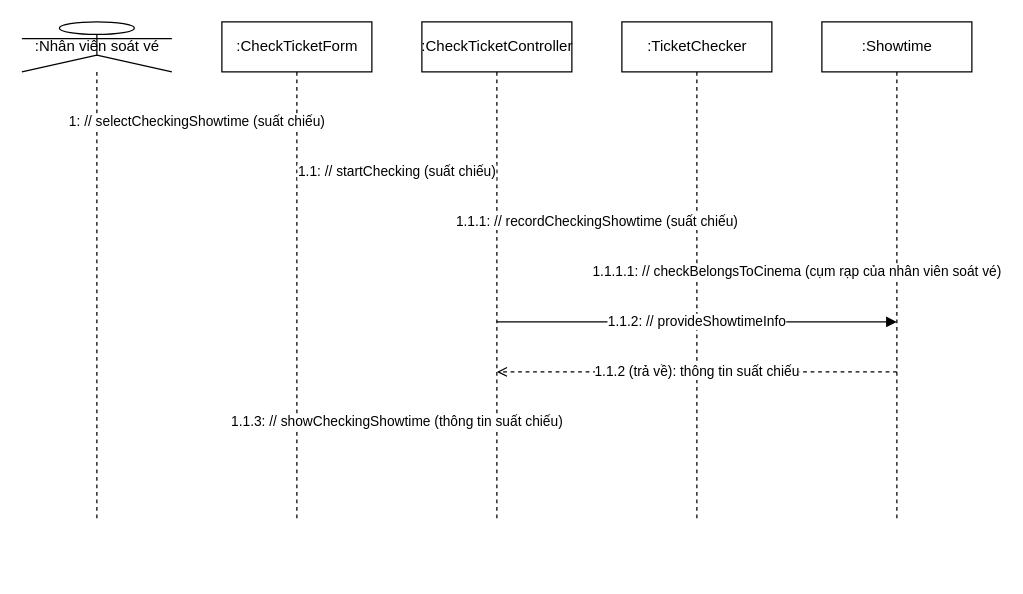
Before: page "SD1a - Luồng chính bước 1 đến 2" (1 of 2) of design/diagrams/P07-sequence-UC-009.drawio in luytbq/app-dat-ve-xem-phim, a draw.io diagram. Source tidied: cells renumbered, new cells numbered last; positions are measured from the earlier drawing's top-left corner, leaving out a move shared by most shapes. Both pictures are drawn from the tidied source at 125%, with x=0, y=0 at pixel (21, 21).
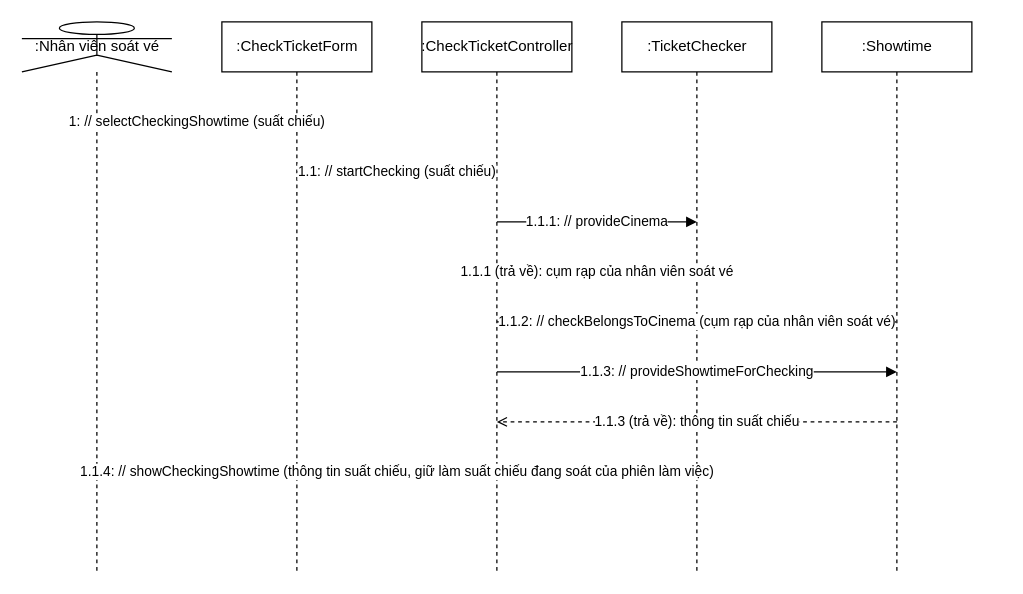
After the change.

Change to the diagram source:
```diff
@@
     <mxCell id="2" value=":Nhân viên soát vé" style="shape=umlLifeline;participant=umlActor;perimeter=lifelinePerimeter;html=1;" parent="1" vertex="1">
-      <mxGeometry width="120" height="400" as="geometry" />
+      <mxGeometry width="120" height="440" as="geometry" />
     </mxCell>
     <mxCell id="3" value=":CheckTicketForm" style="shape=umlLifeline;perimeter=lifelinePerimeter;html=1;" parent="1" vertex="1">
-      <mxGeometry x="160" width="120" height="400" as="geometry" />
+      <mxGeometry x="160" width="120" height="440" as="geometry" />
     </mxCell>
     <mxCell id="4" value=":CheckTicketController" style="shape=umlLifeline;perimeter=lifelinePerimeter;html=1;" parent="1" vertex="1">
-      <mxGeometry x="320" width="120" height="400" as="geometry" />
+      <mxGeometry x="320" width="120" height="440" as="geometry" />
     </mxCell>
     <mxCell id="5" value=":TicketChecker" style="shape=umlLifeline;perimeter=lifelinePerimeter;html=1;" parent="1" vertex="1">
-      <mxGeometry x="480" width="120" height="400" as="geometry" />
+      <mxGeometry x="480" width="120" height="440" as="geometry" />
     </mxCell>
     <mxCell id="6" value=":Showtime" style="shape=umlLifeline;perimeter=lifelinePerimeter;html=1;" parent="1" vertex="1">
-      <mxGeometry x="640" width="120" height="400" as="geometry" />
+      <mxGeometry x="640" width="120" height="440" as="geometry" />
     </mxCell>
@@
-    <mxCell id="9" value="1.1.1: // recordCheckingShowtime (suất chiếu)" style="endArrow=block;endFill=1;html=1;" parent="1" edge="1">
+    <mxCell id="9" value="1.1.1: // provideCinema" style="endArrow=block;endFill=1;html=1;" parent="1" edge="1">
       <mxGeometry relative="1" as="geometry">
         <mxPoint x="380" y="160" as="sourcePoint" />
         <mxPoint x="540" y="160" as="targetPoint" />
       </mxGeometry>
     </mxCell>
-    <mxCell id="10" value="1.1.1.1: // checkBelongsToCinema (cụm rạp của nhân viên soát vé)" style="endArrow=block;endFill=1;html=1;" parent="1" edge="1">
-      <mxGeometry relative="1" as="geometry">
-        <mxPoint x="540" y="200" as="sourcePoint" />
-        <mxPoint x="700" y="200" as="targetPoint" />
-      </mxGeometry>
-    </mxCell>
+    <mxCell id="14" value="1.1.1 (trả về): cụm rạp của nhân viên soát vé" style="endArrow=open;dashed=1;html=1;" parent="1" edge="1">
+      <mxGeometry relative="1" as="geometry">
+        <mxPoint x="540" y="200" as="sourcePoint" />
+        <mxPoint x="380" y="200" as="targetPoint" />
+      </mxGeometry>
+    </mxCell>
-    <mxCell id="11" value="1.1.2: // provideShowtimeInfo" style="endArrow=block;endFill=1;html=1;" parent="1" edge="1">
+    <mxCell id="11" value="1.1.2: // checkBelongsToCinema (cụm rạp của nhân viên soát vé)" style="endArrow=block;endFill=1;html=1;" parent="1" edge="1">
       <mxGeometry relative="1" as="geometry">
         <mxPoint x="380" y="240" as="sourcePoint" />
         <mxPoint x="700" y="240" as="targetPoint" />
       </mxGeometry>
     </mxCell>
-    <mxCell id="12" value="1.1.2 (trả về): thông tin suất chiếu" style="endArrow=open;dashed=1;html=1;" parent="1" edge="1">
-      <mxGeometry relative="1" as="geometry">
-        <mxPoint x="700" y="280" as="sourcePoint" />
-        <mxPoint x="380" y="280" as="targetPoint" />
-      </mxGeometry>
-    </mxCell>
-    <mxCell id="13" value="1.1.3: // showCheckingShowtime (thông tin suất chiếu)" style="endArrow=block;endFill=1;html=1;" parent="1" edge="1">
+    <mxCell id="13" value="1.1.3: // provideShowtimeForChecking" style="endArrow=block;endFill=1;html=1;" parent="1" edge="1">
       <mxGeometry relative="1" as="geometry">
-        <mxPoint x="380" y="320" as="sourcePoint" />
-        <mxPoint x="220" y="320" as="targetPoint" />
+        <mxPoint x="380" y="280" as="sourcePoint" />
+        <mxPoint x="700" y="280" as="targetPoint" />
       </mxGeometry>
     </mxCell>
+    <mxCell id="15" value="1.1.3 (trả về): thông tin suất chiếu" style="endArrow=open;dashed=1;html=1;" parent="1" edge="1">
+      <mxGeometry relative="1" as="geometry">
+        <mxPoint x="700" y="320" as="sourcePoint" />
+        <mxPoint x="380" y="320" as="targetPoint" />
+      </mxGeometry>
+    </mxCell>
+    <mxCell id="16" value="1.1.4: // showCheckingShowtime (thông tin suất chiếu, giữ làm suất chiếu đang soát của phiên làm việc)" style="endArrow=block;endFill=1;html=1;" parent="1" edge="1">
+      <mxGeometry relative="1" as="geometry">
+        <mxPoint x="380" y="360" as="sourcePoint" />
+        <mxPoint x="220" y="360" as="targetPoint" />
+      </mxGeometry>
+    </mxCell>
```
